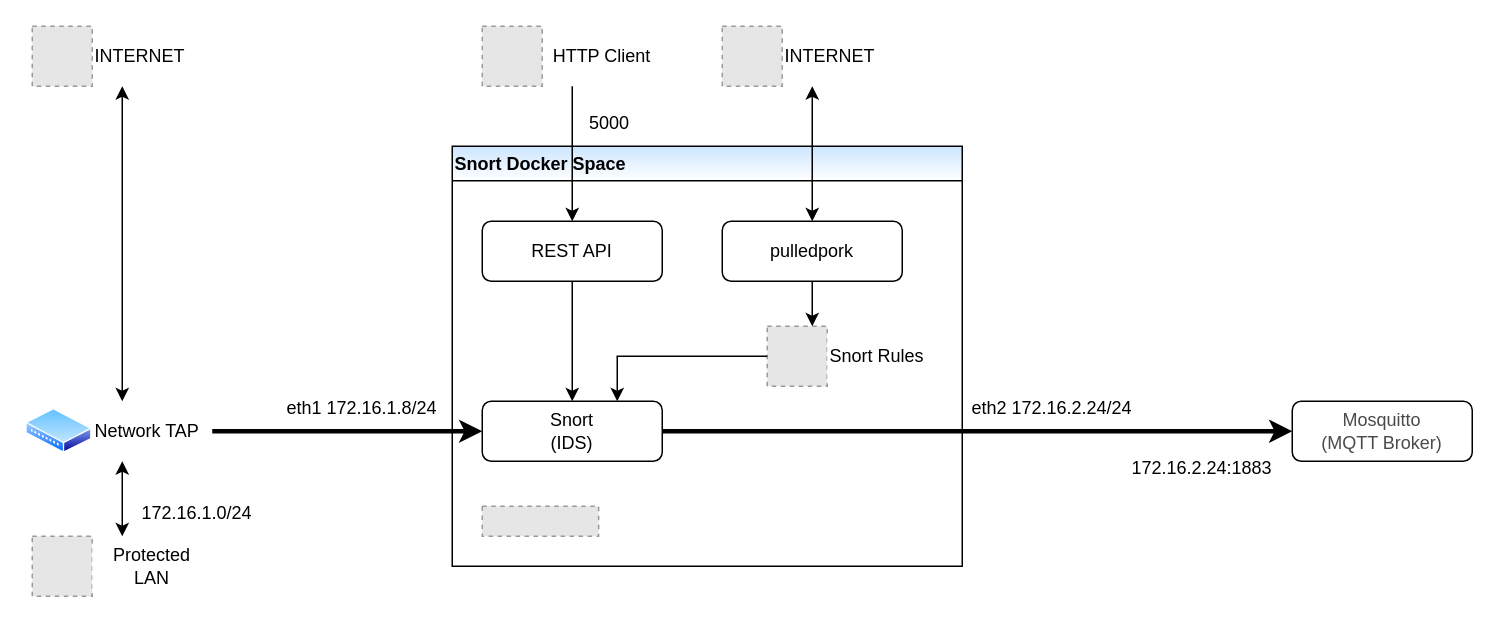
The draw.io diagram page "Snort2" (5 of 23) of Developer's Guide/MataElang Services.drawio in mata-elang-stable/DevelopersGuide, before the edit. Source tidied: cells renumbered, new cells numbered last; positions are measured from the earlier drawing's top-left corner, leaving out a move shared by most shapes. Both pictures are drawn from the tidied source at 150%, with x=0, y=0 at pixel (26, 26). Pictures stored in the file or linked from it are replaced by grey dashed boxes.
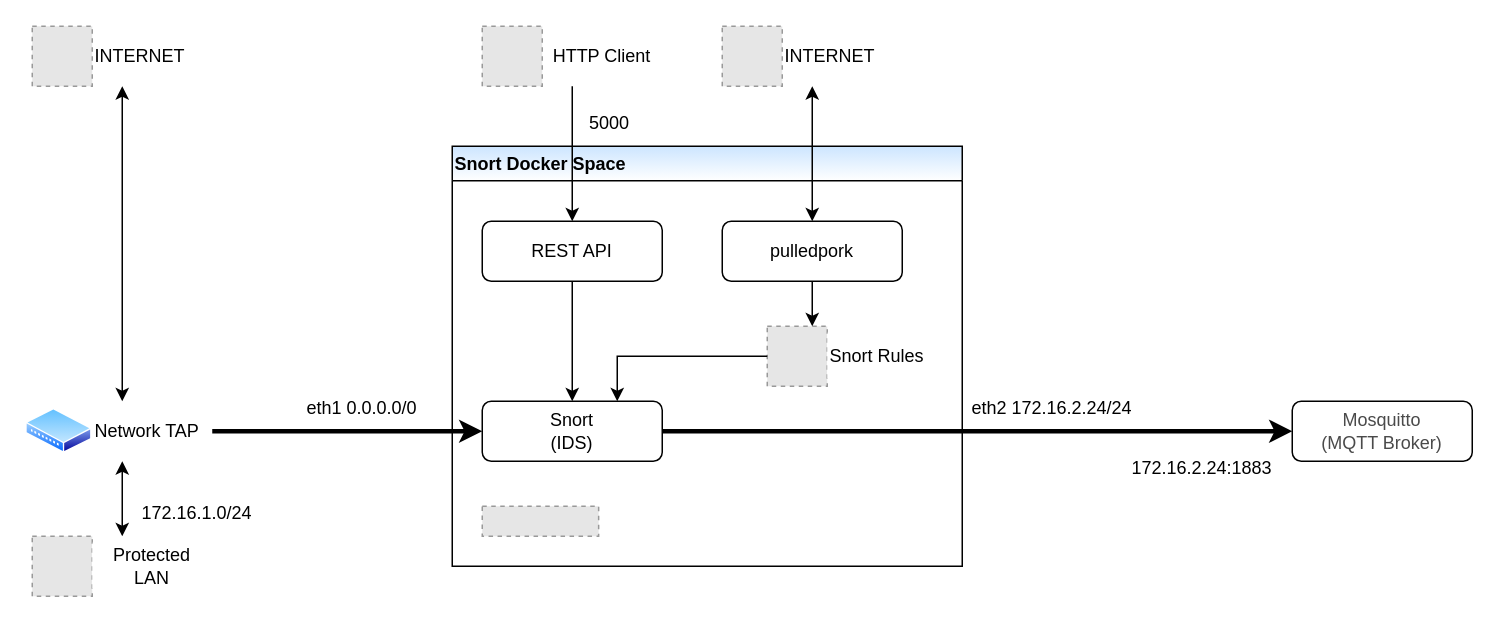
After the change.

Diff of the diagram source:
```diff
@@
-    <mxCell id="2" value="eth1 172.16.1.8/24" style="text;html=1;strokeColor=none;fillColor=none;align=center;verticalAlign=middle;whiteSpace=wrap;rounded=0;" parent="1" vertex="1">
+    <mxCell id="2" value="eth1 0.0.0.0/0" style="text;html=1;strokeColor=none;fillColor=none;align=center;verticalAlign=middle;whiteSpace=wrap;rounded=0;" parent="1" vertex="1">
       <mxGeometry x="164" y="240" width="120" height="30" as="geometry" />
     </mxCell>
```
